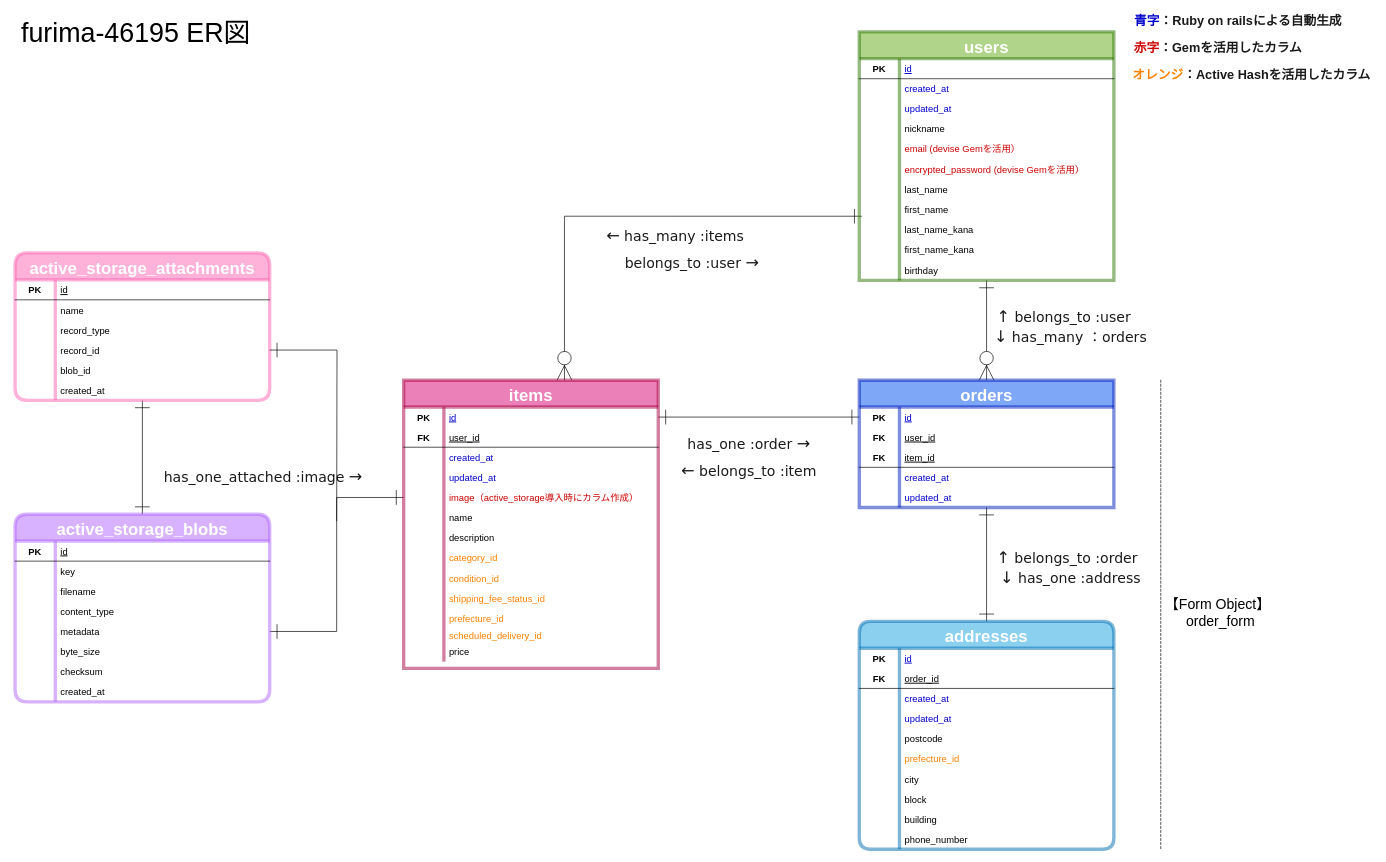
Earlier version of the draw.io diagram furima.dio (yuki-mori-0327/furima-46195). Source tidied: cells renumbered, new cells numbered last; positions are measured from the earlier drawing's top-left corner, leaving out a move shared by most shapes. Both pictures are drawn from the tidied source at 67%, with x=0, y=0 at pixel (11, 11).
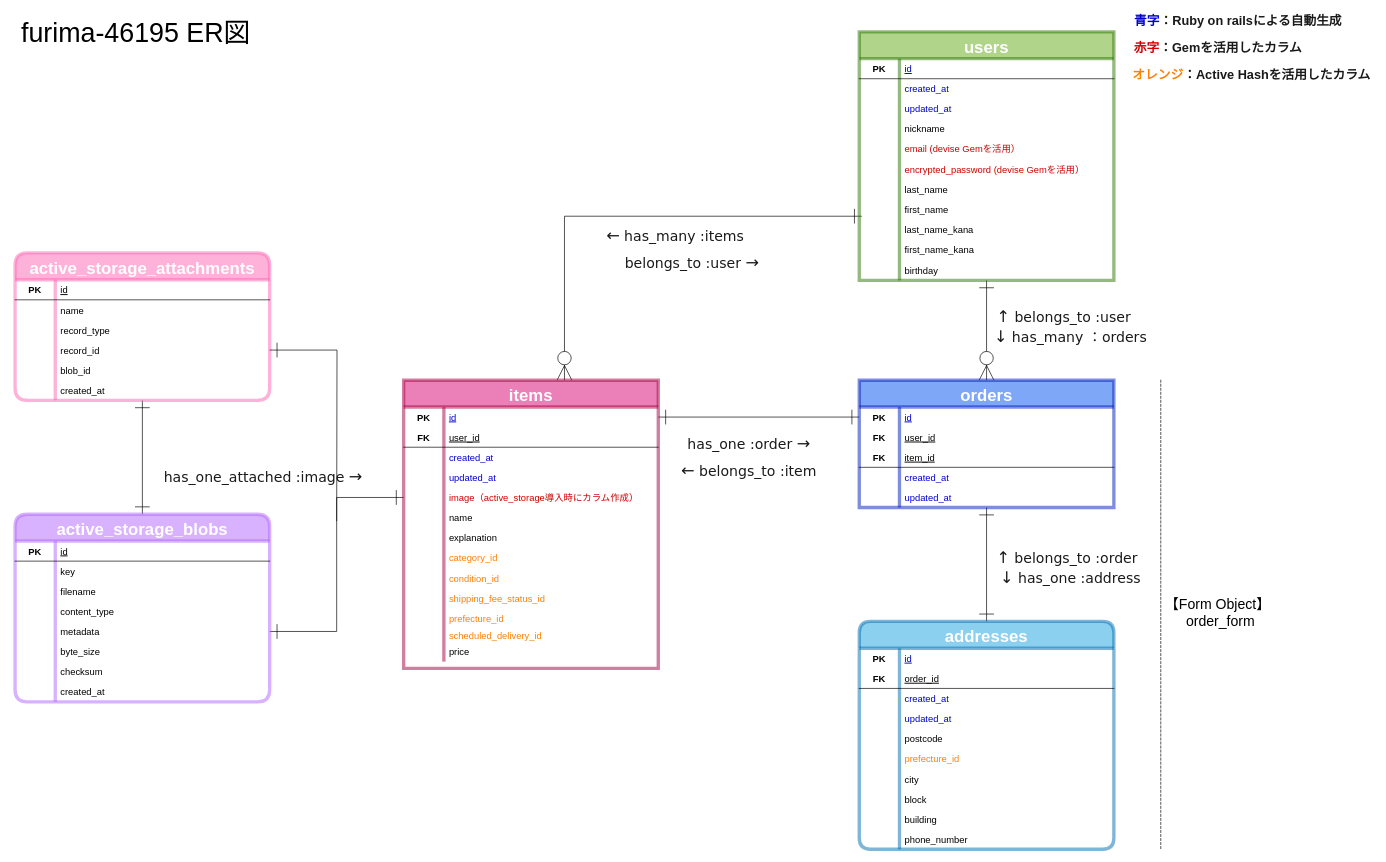
After the change.

Unchanged cells that the change refers to:
```xml
<mxCell id="38" style="shape=partialRectangle;fillColor=none;top=0;left=0;bottom=0;right=0;" parent="19" vertex="1">
  <mxGeometry y="220" width="380" height="30" as="geometry" />
</mxCell>
```

What changed in the source:
```diff
@@
-    <mxCell id="40" value="description" style="shape=partialRectangle;fillColor=none;top=0;left=0;bottom=0;right=0;align=left;spacingLeft=6;overflow=hidden;fontSize=14;" parent="38" vertex="1">
+    <mxCell id="40" value="explanation" style="shape=partialRectangle;fillColor=none;top=0;left=0;bottom=0;right=0;align=left;spacingLeft=6;overflow=hidden;fontSize=14;" parent="38" vertex="1">
       <mxGeometry x="60" width="320" height="30" as="geometry" />
     </mxCell>
```
